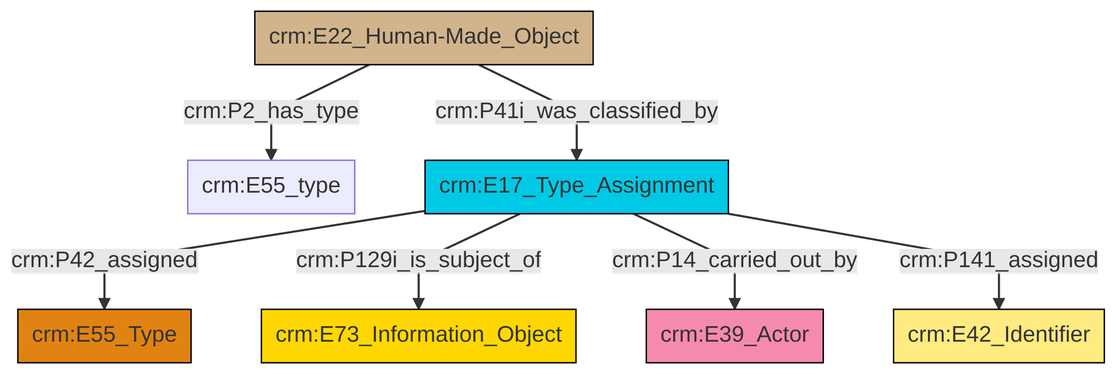
Before: et/builtWorkCSV/ttl/mmd/png/Built_Work_designation_status.png, a diagram exported from Mermaid (swiss-art-research-net/docs.swissartresearch). Its source is kept beside it as et/builtWorkCSV/ttl/mmd/Built_Work_designation_status.ttl.mmd.
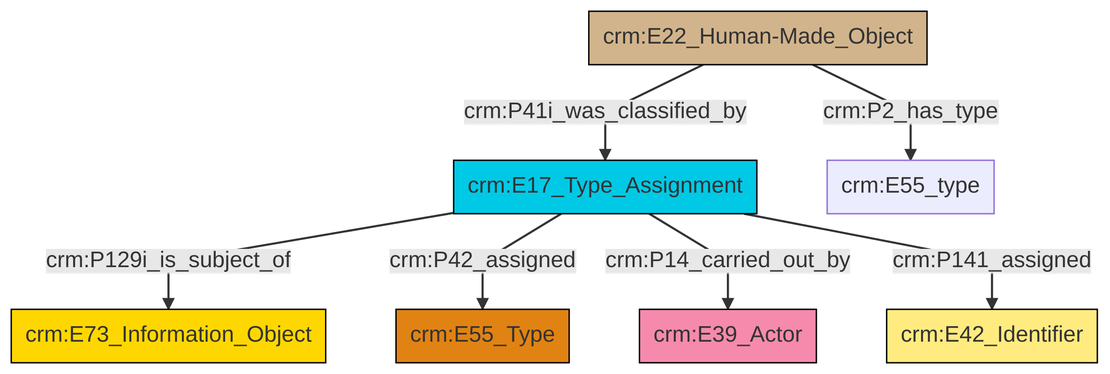
After the change.

The edit, as a diff of the source:
```diff
@@ -13,9 +13,9 @@
 classDef PC_Classes fill:#4ce600, stroke:#000000;
 classDef Multi fill:#cccccc,stroke:#000000;
 
-8["crm:E17_Type_Assignment"]:::Temporal_Entity -->|crm:P42_assigned| 6["crm:E55_Type"]:::Type
-8["crm:E17_Type_Assignment"]:::Temporal_Entity -->|crm:P129i_is_subject_of| 11["crm:E73_Information_Object"]:::Conceptual_Object
-8["crm:E17_Type_Assignment"]:::Temporal_Entity -->|crm:P14_carried_out_by| 9["crm:E39_Actor"]:::Actor
-8["crm:E17_Type_Assignment"]:::Temporal_Entity -->|crm:P141_assigned| 2["crm:E42_Identifier"]:::Appellation
-0["crm:E22_Human-Made_Object"]:::Physical_Thing -->|crm:P41i_was_classified_by| 8["crm:E17_Type_Assignment"]:::Temporal_Entity
-0["crm:E22_Human-Made_Object"]:::Physical_Thing -->|crm:P2_has_type| 4["crm:E55_type"]:::Default
+2["crm:E17_Type_Assignment"]:::Temporal_Entity -->|crm:P129i_is_subject_of| 3["crm:E73_Information_Object"]:::Conceptual_Object
+6["crm:E22_Human-Made_Object"]:::Physical_Thing -->|crm:P41i_was_classified_by| 2["crm:E17_Type_Assignment"]:::Temporal_Entity
+2["crm:E17_Type_Assignment"]:::Temporal_Entity -->|crm:P42_assigned| 8["crm:E55_Type"]:::Type
+6["crm:E22_Human-Made_Object"]:::Physical_Thing -->|crm:P2_has_type| 4["crm:E55_type"]:::Default
+2["crm:E17_Type_Assignment"]:::Temporal_Entity -->|crm:P14_carried_out_by| 12["crm:E39_Actor"]:::Actor
+2["crm:E17_Type_Assignment"]:::Temporal_Entity -->|crm:P141_assigned| 0["crm:E42_Identifier"]:::Appellation
```
